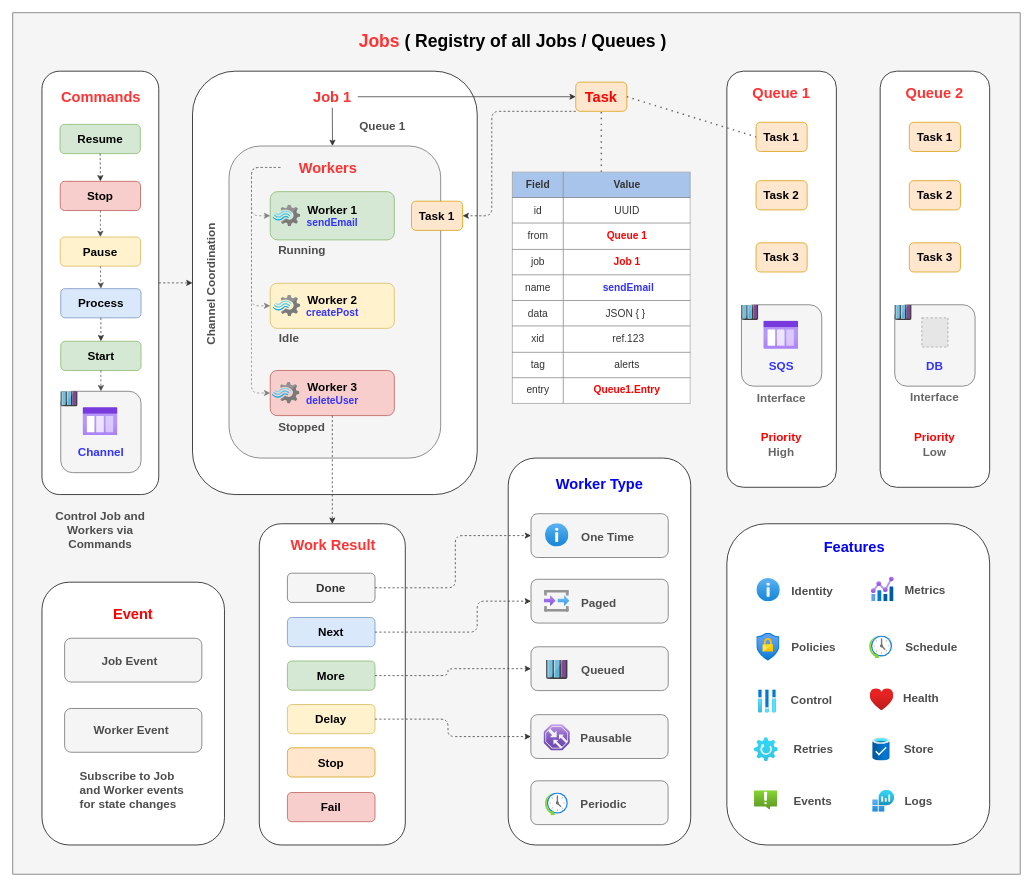
Before: doc/diagrams/slatekit-jobs.drawio in slatekit/kiit, a draw.io diagram. Source tidied: cells renumbered, new cells numbered last; positions are measured from the earlier drawing's top-left corner, leaving out a move shared by most shapes. Both pictures are drawn from the tidied source at 73%, with x=0, y=0 at pixel (12, 12). Pictures stored in the file or linked from it are replaced by grey dashed boxes.
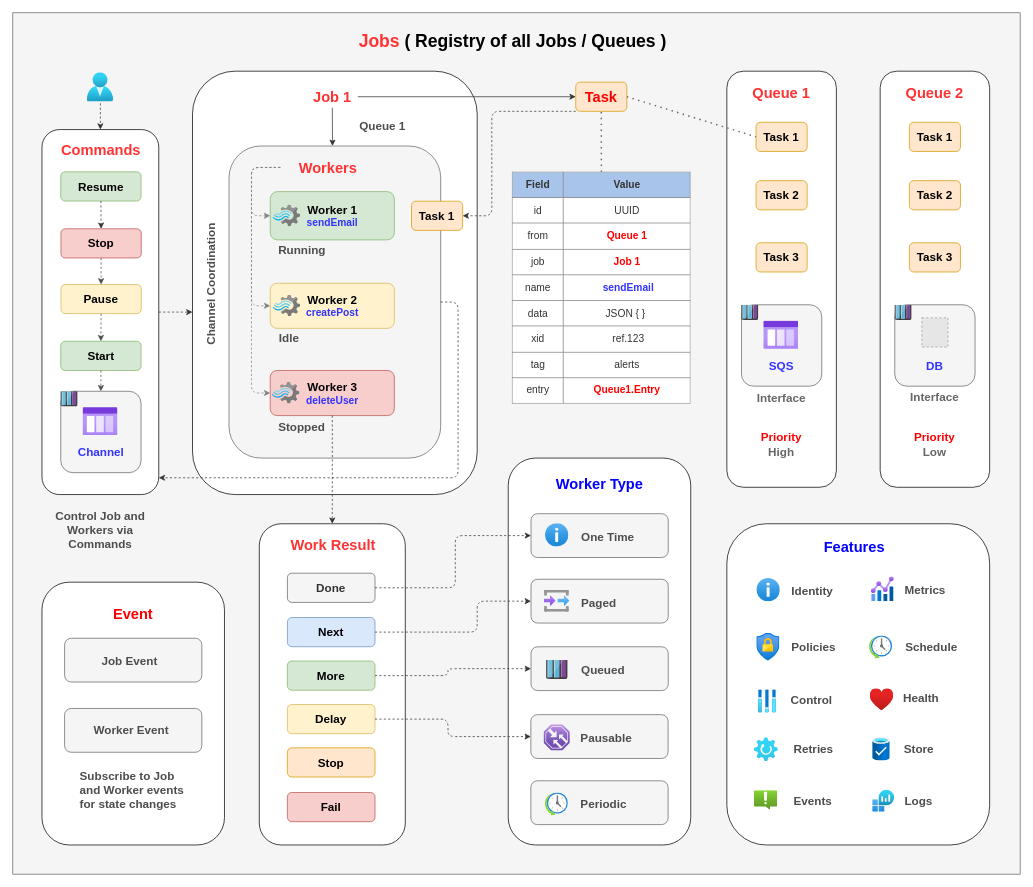
Above is the later version.

The change refers to these unchanged cells:
```xml
<mxCell id="6" style="rounded=1;whiteSpace=wrap;html=1;glass=0;align=left;" parent="1" vertex="1">
  <mxGeometry x="246.2" y="80" width="390" height="580" as="geometry" />
</mxCell>
<mxCell id="19" style="rounded=1;whiteSpace=wrap;html=1;glass=0;align=left;fillColor=#f5f5f5;strokeColor=#666666;fontColor=#333333;" parent="1" vertex="1">
  <mxGeometry x="296.2" y="182.5" width="290" height="427.5" as="geometry" />
</mxCell>
<mxCell id="115" value="&lt;b&gt;&lt;font style=&quot;font-size: 16px&quot;&gt;Start&lt;/font&gt;&lt;/b&gt;" style="rounded=1;whiteSpace=wrap;html=1;fillColor=#d5e8d4;strokeColor=#82b366;" parent="1" vertex="1">
  <mxGeometry x="65.7" y="450" width="110" height="40" as="geometry" />
</mxCell>
```

What changed in the source:
```diff
@@
     <mxCell id="104" style="rounded=1;whiteSpace=wrap;html=1;glass=0;align=left;" parent="1" vertex="1">
-      <mxGeometry x="40" y="80" width="160" height="580" as="geometry" />
+      <mxGeometry x="40" y="160" width="160" height="500" as="geometry" />
     </mxCell>
     <mxCell id="105" value="&lt;span style=&quot;font-size: 16px&quot;&gt;&lt;b&gt;Stop&lt;/b&gt;&lt;/span&gt;" style="rounded=1;whiteSpace=wrap;html=1;fillColor=#f8cecc;strokeColor=#b85450;" parent="1" vertex="1">
-      <mxGeometry x="65" y="230.9" width="110" height="40" as="geometry" />
+      <mxGeometry x="66" y="295.9" width="110" height="40" as="geometry" />
     </mxCell>
     <mxCell id="106" value="&lt;font color=&quot;#ff3333&quot;&gt;&lt;b&gt;&lt;font style=&quot;font-size: 20px&quot;&gt;Commands&lt;/font&gt;&lt;br&gt;&lt;/b&gt;&lt;/font&gt;" style="text;html=1;strokeColor=none;fillColor=none;align=center;verticalAlign=middle;whiteSpace=wrap;rounded=0;" parent="1" vertex="1">
-      <mxGeometry x="55.7" y="100" width="130" height="30" as="geometry" />
+      <mxGeometry x="56" y="172" width="130" height="30" as="geometry" />
     </mxCell>
@@
     <mxCell id="111" value="&lt;b&gt;&lt;font style=&quot;font-size: 16px&quot;&gt;Pause&lt;/font&gt;&lt;/b&gt;" style="rounded=1;whiteSpace=wrap;html=1;fillColor=#fff2cc;strokeColor=#d6b656;" parent="1" vertex="1">
-      <mxGeometry x="65" y="307.1" width="110" height="40" as="geometry" />
+      <mxGeometry x="66" y="372.2" width="110" height="40" as="geometry" />
     </mxCell>
-    <mxCell id="112" value="&lt;b&gt;&lt;font style=&quot;font-size: 16px&quot;&gt;Process&lt;/font&gt;&lt;/b&gt;" style="rounded=1;whiteSpace=wrap;html=1;fillColor=#dae8fc;strokeColor=#6c8ebf;" parent="1" vertex="1">
-      <mxGeometry x="65.7" y="377.9" width="110" height="40" as="geometry" />
-    </mxCell>
@@
-    <mxCell id="114" style="endArrow=classic;html=1;exitX=0.5;exitY=1;exitDx=0;exitDy=0;entryX=0.5;entryY=0;entryDx=0;entryDy=0;dashed=1;strokeColor=#4D4D4D;" parent="1" edge="1" source="111" target="112">
+    <mxCell id="114" style="endArrow=classic;html=1;exitX=0.5;exitY=1;exitDx=0;exitDy=0;entryX=0.5;entryY=0;entryDx=0;entryDy=0;dashed=1;strokeColor=#4D4D4D;" parent="1" edge="1" source="111" target="115">
       <mxGeometry relative="1" as="geometry" />
     </mxCell>
@@
-    <mxCell id="117" style="endArrow=classic;html=1;dashed=1;strokeColor=#333333;strokeWidth=1;fontSize=14;fontColor=#0000FF;exitX=0.5;exitY=1;exitDx=0;exitDy=0;entryX=0.5;entryY=0;entryDx=0;entryDy=0;" parent="1" edge="1" source="112" target="115">
-      <mxGeometry relative="1" as="geometry" />
-    </mxCell>
     <mxCell id="118" value="&lt;span style=&quot;font-size: 16px&quot;&gt;&lt;b&gt;Resume&lt;/b&gt;&lt;/span&gt;" style="rounded=1;whiteSpace=wrap;html=1;fillColor=#d5e8d4;strokeColor=#82b366;" parent="1" vertex="1">
-      <mxGeometry x="64.7" y="152.9" width="110" height="40" as="geometry" />
+      <mxGeometry x="65.7" y="217.9" width="110" height="40" as="geometry" />
     </mxCell>
@@
-    <mxCell id="120" style="endArrow=classic;html=1;dashed=1;strokeColor=#333333;strokeWidth=1;fontSize=14;fontColor=#0000FF;exitX=1;exitY=0.5;exitDx=0;exitDy=0;entryX=0;entryY=0.5;entryDx=0;entryDy=0;" parent="1" edge="1" source="104" target="6">
+    <mxCell id="120" style="endArrow=classic;html=1;dashed=1;strokeColor=#333333;strokeWidth=1;fontSize=14;fontColor=#0000FF;exitX=1;exitY=0.5;exitDx=0;exitDy=0;entryX=0;entryY=0.569;entryDx=0;entryDy=0;entryPerimeter=0;" parent="1" edge="1" source="104" target="6">
       <mxGeometry relative="1" as="geometry" />
     </mxCell>
@@
+    <mxCell id="129" style="html=1;points=[];align=center;image;fontSize=12;image=img/lib/azure2/identity/Users.svg;rounded=0;glass=0;strokeColor=#D79B00;strokeWidth=1;fillColor=#66B2FF;gradientColor=none;" parent="1" vertex="1">
+      <mxGeometry x="101.7" y="82" width="36.6" height="40" as="geometry" />
+    </mxCell>
+    <mxCell id="130" style="endArrow=classic;html=1;dashed=1;strokeColor=#333333;strokeWidth=1;fontSize=14;fontColor=#0000FF;exitX=0.5;exitY=1.05;exitDx=0;exitDy=0;exitPerimeter=0;entryX=0.5;entryY=0;entryDx=0;entryDy=0;" parent="1" edge="1" source="129" target="104">
+      <mxGeometry relative="1" as="geometry" />
+    </mxCell>
+    <mxCell id="131" style="edgeStyle=elbowEdgeStyle;elbow=horizontal;endArrow=classic;html=1;dashed=1;strokeColor=#333333;strokeWidth=1;fontSize=14;fontColor=#0000FF;exitX=1;exitY=0.5;exitDx=0;exitDy=0;entryX=1;entryY=0.954;entryDx=0;entryDy=0;entryPerimeter=0;" parent="1" edge="1" source="19" target="104">
+      <mxGeometry relative="1" as="geometry">
+        <Array as="points">
+          <mxPoint x="610" y="490" />
+        </Array>
+      </mxGeometry>
+    </mxCell>
```
